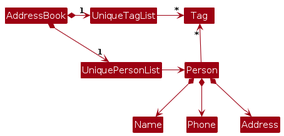
The PlantUML diagram diagrams/BetterModelClassDiagram.png in llamawithhats/tp, before a commit. Its source is kept beside it as diagrams/BetterModelClassDiagram.puml. Its diagram source:
```plantuml
@startuml
!include style.puml
skinparam arrowThickness 1.1
skinparam arrowColor MODEL_COLOR
skinparam classBackgroundColor MODEL_COLOR

AddressBook *-right-> "1" UniquePersonList
AddressBook *-right-> "1" UniqueTagList
UniqueTagList -[hidden]down- UniquePersonList
UniqueTagList -[hidden]down- UniquePersonList

UniqueTagList -right-> "*" Tag
UniquePersonList -right-> Person

Person -up-> "*" Tag

Person *--> Name
Person *--> Phone
Person *--> Address
@enduml
```
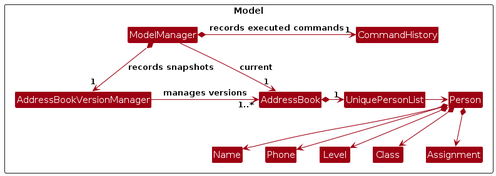
After the change.

The edit, as a diff of the source:
```diff
@@ -4,17 +4,19 @@
 skinparam arrowColor MODEL_COLOR
 skinparam classBackgroundColor MODEL_COLOR
 
+Package Model as ModelPackage <<Rectangle>>{
+ModelManager *-right-> "1" CommandHistory : records executed commands
+ModelManager -down-> "1" AddressBook : current
+ModelManager *-down-> "1" AddressBookVersionManager : records snapshots
+AddressBookVersionManager -right-> "1..*" AddressBook : manages versions
 AddressBook *-right-> "1" UniquePersonList
-AddressBook *-right-> "1" UniqueTagList
-UniqueTagList -[hidden]down- UniquePersonList
-UniqueTagList -[hidden]down- UniquePersonList
 
-UniqueTagList -right-> "*" Tag
 UniquePersonList -right-> Person
-
-Person -up-> "*" Tag
 
 Person *--> Name
 Person *--> Phone
-Person *--> Address
+Person *--> Level
+Person *--> Class
+Person *--> Assignment
+}
 @enduml
```
